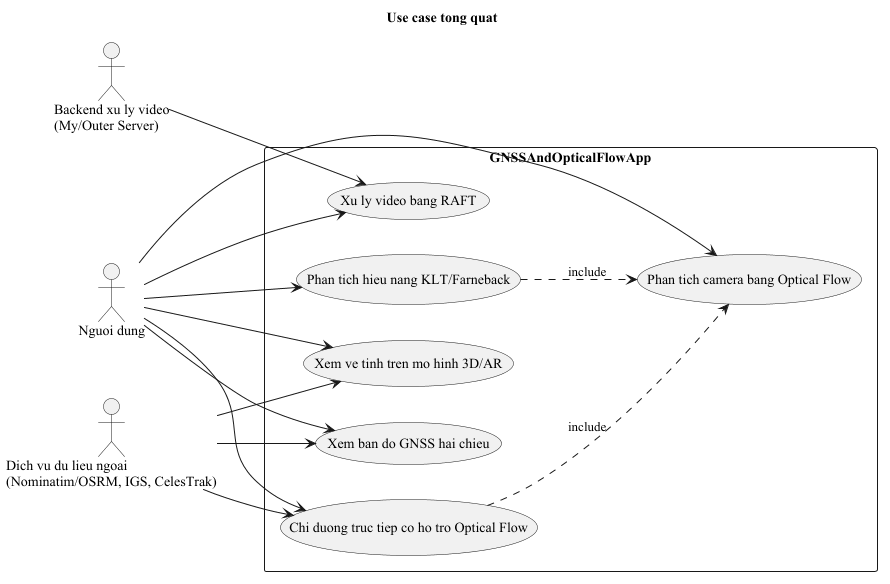
thanhmobile080604/My-Thesis-Latex keeps this PlantUML diagram as figures/usecase_tong_quat.png. Above is the earlier version.
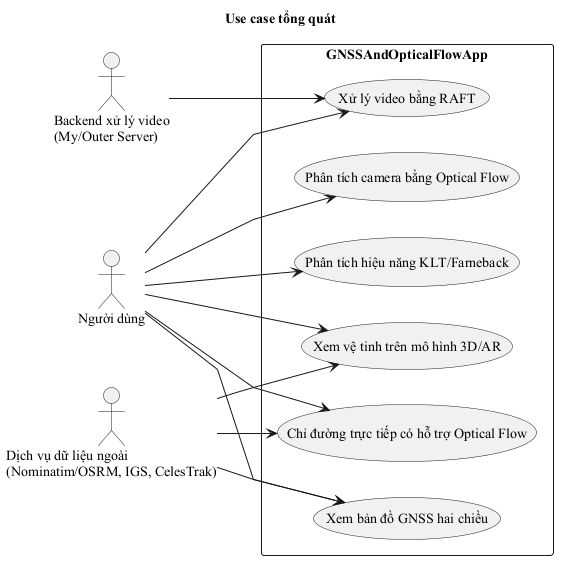
Above is the later version.

What changed in the source:
```diff
@@ -1,20 +1,21 @@
 @startuml usecase_tong_quat
 skinparam defaultFontName "Times New Roman"
-title Use case tong quat
+skinparam linetype polyline
 left to right direction
+title Use case tổng quát
 skinparam packageStyle rectangle
 
-actor "Nguoi dung" as User
-actor "Backend xu ly video\n(My/Outer Server)" as Backend
-actor "Dich vu du lieu ngoai\n(Nominatim/OSRM, IGS, CelesTrak)" as External
+actor "Người dùng" as User
+actor "Backend xử lý video\n(My/Outer Server)" as Backend
+actor "Dịch vụ dữ liệu ngoài\n(Nominatim/OSRM, IGS, CelesTrak)" as External
 
 rectangle "GNSSAndOpticalFlowApp" {
-  usecase "Xem ban do GNSS hai chieu" as UC1
-  usecase "Xem ve tinh tren mo hinh 3D/AR" as UC2
-  usecase "Chi duong truc tiep co ho tro Optical Flow" as UC3
-  usecase "Phan tich camera bang Optical Flow" as UC4
-  usecase "Phan tich hieu nang KLT/Farneback" as UC5
-  usecase "Xu ly video bang RAFT" as UC6
+  usecase "Xem bản đồ GNSS hai chiều" as UC1
+  usecase "Xem vệ tinh trên mô hình 3D/AR" as UC2
+  usecase "Chỉ đường trực tiếp có hỗ trợ Optical Flow" as UC3
+  usecase "Phân tích camera bằng Optical Flow" as UC4
+  usecase "Phân tích hiệu năng KLT/Farneback" as UC5
+  usecase "Xử lý video bằng RAFT" as UC6
 }
 
 User --> UC1
@@ -28,7 +29,4 @@
 External --> UC2
 External --> UC3
 Backend --> UC6
-
-UC3 ..> UC4 : include
-UC5 ..> UC4 : include
 @enduml
```
